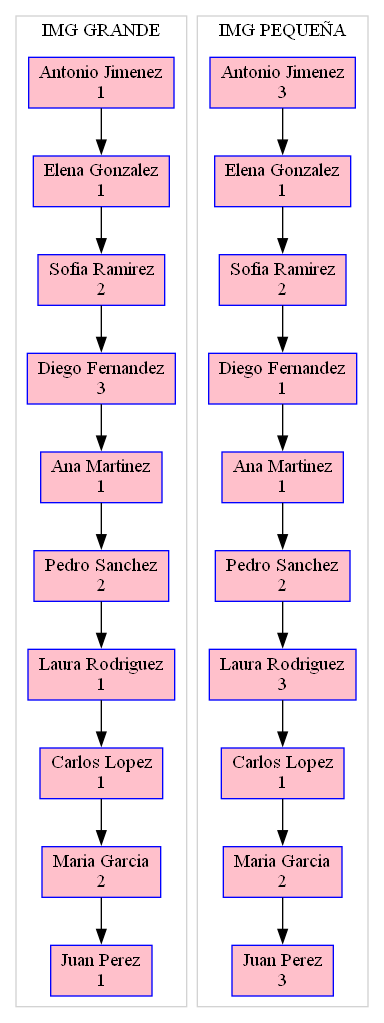
This is EDD_F1/pila.dot.png from Samashoas/EDD_PROYECTO_202109705, a Graphviz export, as it was before one commit. Its source is kept beside it as EDD_F1/pila.dot.
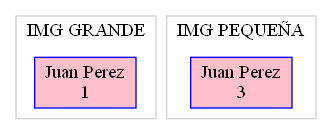
Later version of the same file.

Diff of the diagram source:
```diff
@@ -3,47 +3,11 @@
      subgraph cluster_imgg {
          label="IMG GRANDE";
          color=lightgrey;
-         "Node           1 _imgg" [label="Antonio Jimenez\n1"];
-         "Node           2 _imgg" [label="Elena Gonzalez\n1"];
-         "Node           1 _imgg" -> "Node           2 _imgg";
-         "Node           3 _imgg" [label="Sofia Ramirez\n2"];
-         "Node           2 _imgg" -> "Node           3 _imgg";
-         "Node           4 _imgg" [label="Diego Fernandez\n3"];
-         "Node           3 _imgg" -> "Node           4 _imgg";
-         "Node           5 _imgg" [label="Ana Martinez\n1"];
-         "Node           4 _imgg" -> "Node           5 _imgg";
-         "Node           6 _imgg" [label="Pedro Sanchez\n2"];
-         "Node           5 _imgg" -> "Node           6 _imgg";
-         "Node           7 _imgg" [label="Laura Rodriguez\n1"];
-         "Node           6 _imgg" -> "Node           7 _imgg";
-         "Node           8 _imgg" [label="Carlos Lopez\n1"];
-         "Node           7 _imgg" -> "Node           8 _imgg";
-         "Node           9 _imgg" [label="Maria Garcia\n2"];
-         "Node           8 _imgg" -> "Node           9 _imgg";
-         "Node          10 _imgg" [label="Juan Perez\n1"];
-         "Node           9 _imgg" -> "Node          10 _imgg";
+         "Node           1 _imgg" [label="Juan Perez\n1"];
      }
      subgraph cluster_imgp {
          label="IMG PEQUEÑA";
          color=lightgrey;
-         "Node           1 _imgp" [label="Antonio Jimenez\n3"];
-         "Node           2 _imgp" [label="Elena Gonzalez\n1"];
-         "Node           1 _imgp" -> "Node           2 _imgp";
-         "Node           3 _imgp" [label="Sofia Ramirez\n2"];
-         "Node           2 _imgp" -> "Node           3 _imgp";
-         "Node           4 _imgp" [label="Diego Fernandez\n1"];
-         "Node           3 _imgp" -> "Node           4 _imgp";
-         "Node           5 _imgp" [label="Ana Martinez\n1"];
-         "Node           4 _imgp" -> "Node           5 _imgp";
-         "Node           6 _imgp" [label="Pedro Sanchez\n2"];
-         "Node           5 _imgp" -> "Node           6 _imgp";
-         "Node           7 _imgp" [label="Laura Rodriguez\n3"];
-         "Node           6 _imgp" -> "Node           7 _imgp";
-         "Node           8 _imgp" [label="Carlos Lopez\n1"];
-         "Node           7 _imgp" -> "Node           8 _imgp";
-         "Node           9 _imgp" [label="Maria Garcia\n2"];
-         "Node           8 _imgp" -> "Node           9 _imgp";
-         "Node          10 _imgp" [label="Juan Perez\n3"];
-         "Node           9 _imgp" -> "Node          10 _imgp";
+         "Node           1 _imgp" [label="Juan Perez\n3"];
      }
  }
```
